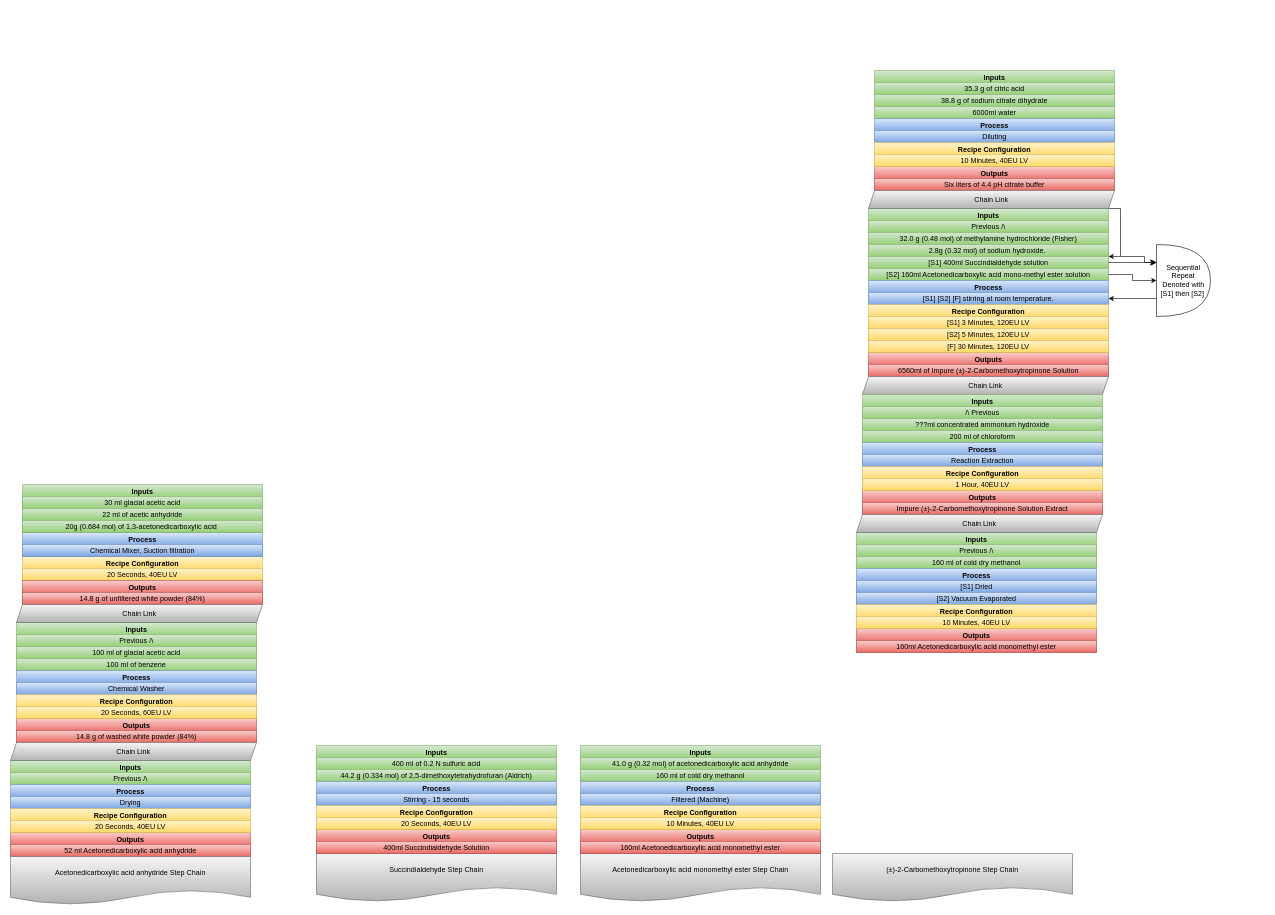
Above: Cocaine.drawio in Nrmot/flowcharts (draw.io), before the change. Source tidied: cells renumbered, new cells numbered last; positions are measured from the earlier drawing's top-left corner, leaving out a move shared by most shapes. Both pictures are drawn from the tidied source at 60%, with x=0, y=0 at pixel (10, 70).
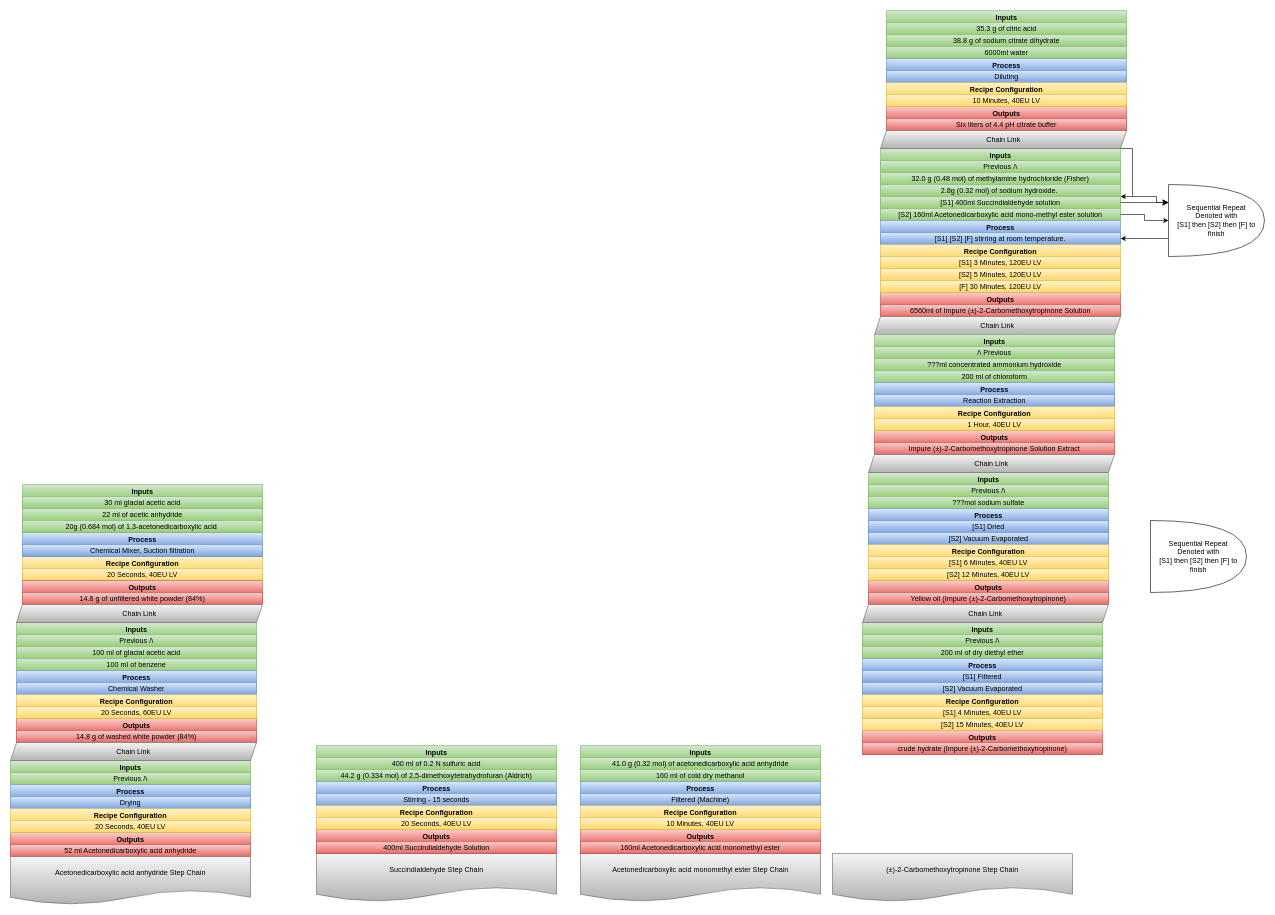
The same diagram, later.

Diff of the diagram source:
```diff
@@
     <mxCell id="64" value="Outputs" style="swimlane;whiteSpace=wrap;html=1;fillColor=#f8cecc;strokeColor=#b85450;gradientColor=#ea6b66;" parent="1" vertex="1">
-      <mxGeometry x="1440" y="160" width="400" height="40" as="geometry" />
+      <mxGeometry x="1460" y="60" width="400" height="40" as="geometry" />
     </mxCell>
@@
     <mxCell id="67" value="Inputs" style="swimlane;whiteSpace=wrap;html=1;fillColor=#d5e8d4;strokeColor=#82b366;gradientColor=#97d077;" parent="1" vertex="1">
-      <mxGeometry x="1440" width="400" height="80" as="geometry" />
+      <mxGeometry x="1460" y="-100" width="400" height="80" as="geometry" />
     </mxCell>
@@
     <mxCell id="72" value="Process" style="swimlane;whiteSpace=wrap;html=1;fillColor=#dae8fc;strokeColor=#6c8ebf;gradientColor=#7ea6e0;" parent="1" vertex="1">
-      <mxGeometry x="1440" y="80" width="400" height="40" as="geometry" />
+      <mxGeometry x="1460" y="-20" width="400" height="40" as="geometry" />
     </mxCell>
@@
     <mxCell id="74" value="Recipe Configuration" style="swimlane;whiteSpace=wrap;html=1;fillColor=#fff2cc;strokeColor=#d6b656;gradientColor=#ffd966;" parent="1" vertex="1">
-      <mxGeometry x="1440" y="120" width="400" height="40" as="geometry" />
+      <mxGeometry x="1460" y="20" width="400" height="40" as="geometry" />
     </mxCell>
@@
     <mxCell id="76" value="Outputs" style="swimlane;whiteSpace=wrap;html=1;fillColor=#f8cecc;strokeColor=#b85450;gradientColor=#ea6b66;" parent="1" vertex="1">
-      <mxGeometry x="1430" y="470" width="400" height="40" as="geometry" />
+      <mxGeometry x="1450" y="370" width="400" height="40" as="geometry" />
     </mxCell>
@@
     <mxCell id="79" value="Inputs" style="swimlane;whiteSpace=wrap;html=1;fillColor=#d5e8d4;strokeColor=#82b366;gradientColor=#97d077;" parent="1" vertex="1">
-      <mxGeometry x="1430" y="230" width="400" height="120" as="geometry" />
+      <mxGeometry x="1450" y="130" width="400" height="120" as="geometry" />
     </mxCell>
@@
     <mxCell id="87" value="Process" style="swimlane;whiteSpace=wrap;html=1;fillColor=#dae8fc;strokeColor=#6c8ebf;gradientColor=#7ea6e0;" parent="1" vertex="1">
-      <mxGeometry x="1430" y="350" width="400" height="40" as="geometry" />
+      <mxGeometry x="1450" y="250" width="400" height="40" as="geometry" />
     </mxCell>
@@
     <mxCell id="89" value="Recipe Configuration" style="swimlane;whiteSpace=wrap;html=1;fillColor=#fff2cc;strokeColor=#d6b656;gradientColor=#ffd966;" parent="1" vertex="1">
-      <mxGeometry x="1430" y="390" width="400" height="80" as="geometry" />
+      <mxGeometry x="1450" y="290" width="400" height="80" as="geometry" />
     </mxCell>
@@
     <mxCell id="93" value="Chain Link" style="shape=parallelogram;perimeter=parallelogramPerimeter;whiteSpace=wrap;html=1;fixedSize=1;fillColor=#f5f5f5;gradientColor=#b3b3b3;strokeColor=#666666;size=10;" parent="1" vertex="1">
-      <mxGeometry x="1430" y="200" width="410" height="30" as="geometry" />
+      <mxGeometry x="1450" y="100" width="410" height="30" as="geometry" />
     </mxCell>
@@
-    <mxCell id="95" value="Sequential Repeat&lt;br&gt;Denoted with&lt;br&gt;[S1] then [S2]&amp;nbsp;" style="shape=or;whiteSpace=wrap;html=1;" parent="1" vertex="1">
-      <mxGeometry x="1910" y="290" width="90" height="120" as="geometry" />
+    <mxCell id="95" value="Sequential Repeat&lt;br&gt;Denoted with&lt;br&gt;[S1] then [S2]&amp;nbsp;then [F] to finish" style="shape=or;whiteSpace=wrap;html=1;" parent="1" vertex="1">
+      <mxGeometry x="1930" y="190" width="160" height="120" as="geometry" />
     </mxCell>
@@
     <mxCell id="98" style="edgeStyle=segmentEdgeStyle;endArrow=classic;html=1;curved=0;rounded=0;endSize=8;startSize=8;entryX=0;entryY=0.25;entryDx=0;entryDy=0;entryPerimeter=0;" parent="1" edge="1" target="95">
       <mxGeometry relative="1" as="geometry">
-        <mxPoint x="1850" y="310" as="sourcePoint" />
+        <mxPoint x="1870" y="210" as="sourcePoint" />
         <Array as="points">
-          <mxPoint x="1890" y="310" />
-          <mxPoint x="1890" y="320" />
+          <mxPoint x="1910" y="210" />
+          <mxPoint x="1910" y="220" />
         </Array>
       </mxGeometry>
     </mxCell>
     <mxCell id="99" value="Chain Link" style="shape=parallelogram;perimeter=parallelogramPerimeter;whiteSpace=wrap;html=1;fixedSize=1;fillColor=#f5f5f5;gradientColor=#b3b3b3;strokeColor=#666666;size=10;" parent="1" vertex="1">
-      <mxGeometry x="1420" y="510" width="410" height="30" as="geometry" />
+      <mxGeometry x="1440" y="410" width="410" height="30" as="geometry" />
     </mxCell>
     <mxCell id="100" value="Outputs" style="swimlane;whiteSpace=wrap;html=1;fillColor=#f8cecc;strokeColor=#b85450;gradientColor=#ea6b66;" parent="1" vertex="1">
-      <mxGeometry x="1420" y="700" width="400" height="40" as="geometry" />
+      <mxGeometry x="1440" y="600" width="400" height="40" as="geometry" />
     </mxCell>
@@
     <mxCell id="103" value="Inputs" style="swimlane;whiteSpace=wrap;html=1;fillColor=#d5e8d4;strokeColor=#82b366;gradientColor=#97d077;" parent="1" vertex="1">
-      <mxGeometry x="1420" y="540" width="400" height="80" as="geometry" />
+      <mxGeometry x="1440" y="440" width="400" height="80" as="geometry" />
     </mxCell>
@@
     <mxCell id="108" value="Process" style="swimlane;whiteSpace=wrap;html=1;fillColor=#dae8fc;strokeColor=#6c8ebf;gradientColor=#7ea6e0;" parent="1" vertex="1">
-      <mxGeometry x="1420" y="620" width="400" height="40" as="geometry" />
+      <mxGeometry x="1440" y="520" width="400" height="40" as="geometry" />
     </mxCell>
@@
     <mxCell id="110" value="Recipe Configuration" style="swimlane;whiteSpace=wrap;html=1;fillColor=#fff2cc;strokeColor=#d6b656;gradientColor=#ffd966;" parent="1" vertex="1">
-      <mxGeometry x="1420" y="660" width="400" height="40" as="geometry" />
+      <mxGeometry x="1440" y="560" width="400" height="40" as="geometry" />
     </mxCell>
@@
     <mxCell id="112" value="Outputs" style="swimlane;whiteSpace=wrap;html=1;fillColor=#f8cecc;strokeColor=#b85450;gradientColor=#ea6b66;" parent="1" vertex="1">
-      <mxGeometry x="1410" y="930" width="400" height="40" as="geometry" />
+      <mxGeometry x="1430" y="850" width="400" height="40" as="geometry" />
     </mxCell>
@@
-    <mxCell id="114" value="160ml Acetonedicarboxylic acid monomethyl ester" style="rounded=0;whiteSpace=wrap;html=1;fillColor=#f8cecc;strokeColor=#b85450;gradientColor=#ea6b66;" parent="112" vertex="1">
+    <mxCell id="114" value="Yellow oil (Impure (±)-2-Carbomethoxytropinone)" style="rounded=0;whiteSpace=wrap;html=1;fillColor=#f8cecc;strokeColor=#b85450;gradientColor=#ea6b66;" parent="112" vertex="1">
       <mxGeometry y="20" width="400" height="20" as="geometry" />
     </mxCell>
     <mxCell id="115" value="Inputs" style="swimlane;whiteSpace=wrap;html=1;fillColor=#d5e8d4;strokeColor=#82b366;gradientColor=#97d077;" parent="1" vertex="1">
-      <mxGeometry x="1410" y="770" width="400" height="60" as="geometry" />
+      <mxGeometry x="1430" y="670" width="400" height="60" as="geometry" />
     </mxCell>
@@
-    <mxCell id="118" value="160 ml of cold dry methanol" style="rounded=0;whiteSpace=wrap;html=1;fillColor=#d5e8d4;strokeColor=#82b366;gradientColor=#97d077;" parent="115" vertex="1">
+    <mxCell id="118" value="???mol sodium sulfate" style="rounded=0;whiteSpace=wrap;html=1;fillColor=#d5e8d4;strokeColor=#82b366;gradientColor=#97d077;" parent="115" vertex="1">
       <mxGeometry y="40" width="400" height="20" as="geometry" />
     </mxCell>
     <mxCell id="119" value="Process" style="swimlane;whiteSpace=wrap;html=1;fillColor=#dae8fc;strokeColor=#6c8ebf;gradientColor=#7ea6e0;" parent="1" vertex="1">
-      <mxGeometry x="1410" y="830" width="400" height="60" as="geometry" />
+      <mxGeometry x="1430" y="730" width="400" height="60" as="geometry" />
     </mxCell>
@@
     <mxCell id="122" value="Recipe Configuration" style="swimlane;whiteSpace=wrap;html=1;fillColor=#fff2cc;strokeColor=#d6b656;gradientColor=#ffd966;" parent="1" vertex="1">
-      <mxGeometry x="1410" y="890" width="400" height="40" as="geometry" />
+      <mxGeometry x="1430" y="790" width="400" height="40" as="geometry" />
     </mxCell>
-    <mxCell id="123" value="10 Minutes, 40EU LV" style="rounded=0;whiteSpace=wrap;html=1;fillColor=#fff2cc;strokeColor=#d6b656;gradientColor=#ffd966;" parent="122" vertex="1">
+    <mxCell id="123" value="[S1] 6 Minutes, 40EU LV" style="rounded=0;whiteSpace=wrap;html=1;fillColor=#fff2cc;strokeColor=#d6b656;gradientColor=#ffd966;" parent="122" vertex="1">
       <mxGeometry y="20" width="400" height="20" as="geometry" />
     </mxCell>
     <mxCell id="124" value="Chain Link" style="shape=parallelogram;perimeter=parallelogramPerimeter;whiteSpace=wrap;html=1;fixedSize=1;fillColor=#f5f5f5;gradientColor=#b3b3b3;strokeColor=#666666;size=10;" parent="1" vertex="1">
-      <mxGeometry x="1410" y="740" width="410" height="30" as="geometry" />
+      <mxGeometry x="1430" y="640" width="410" height="30" as="geometry" />
     </mxCell>
+    <mxCell id="125" value="[S2] 12 Minutes, 40EU LV" style="rounded=0;whiteSpace=wrap;html=1;fillColor=#fff2cc;strokeColor=#d6b656;gradientColor=#ffd966;" parent="1" vertex="1">
+      <mxGeometry x="1430" y="830" width="400" height="20" as="geometry" />
+    </mxCell>
+    <mxCell id="126" value="Outputs" style="swimlane;whiteSpace=wrap;html=1;fillColor=#f8cecc;strokeColor=#b85450;gradientColor=#ea6b66;" parent="1" vertex="1">
+      <mxGeometry x="1420" y="1100" width="400" height="40" as="geometry" />
+    </mxCell>
+    <mxCell id="127" style="edgeStyle=orthogonalEdgeStyle;rounded=0;orthogonalLoop=1;jettySize=auto;html=1;exitX=0.5;exitY=1;exitDx=0;exitDy=0;fillColor=#f8cecc;strokeColor=#b85450;gradientColor=#ea6b66;" parent="126" edge="1">
+      <mxGeometry relative="1" as="geometry">
+        <mxPoint x="150" y="40" as="sourcePoint" />
+        <mxPoint x="150" y="40" as="targetPoint" />
+      </mxGeometry>
+    </mxCell>
+    <mxCell id="128" value="crude hydrate (Impure (±)-2-Carbomethoxytropinone)" style="rounded=0;whiteSpace=wrap;html=1;fillColor=#f8cecc;strokeColor=#b85450;gradientColor=#ea6b66;" parent="126" vertex="1">
+      <mxGeometry y="20" width="400" height="20" as="geometry" />
+    </mxCell>
+    <mxCell id="129" value="Inputs" style="swimlane;whiteSpace=wrap;html=1;fillColor=#d5e8d4;strokeColor=#82b366;gradientColor=#97d077;" parent="1" vertex="1">
+      <mxGeometry x="1420" y="920" width="400" height="60" as="geometry" />
+    </mxCell>
+    <mxCell id="130" value="Previous /\" style="rounded=0;whiteSpace=wrap;html=1;fillColor=#d5e8d4;strokeColor=#82b366;gradientColor=#97d077;" parent="129" vertex="1">
+      <mxGeometry y="20" width="400" height="20" as="geometry" />
+    </mxCell>
+    <mxCell id="131" style="edgeStyle=orthogonalEdgeStyle;rounded=0;orthogonalLoop=1;jettySize=auto;html=1;exitX=0.5;exitY=1;exitDx=0;exitDy=0;fillColor=#d5e8d4;strokeColor=#82b366;gradientColor=#97d077;" parent="129" edge="1" source="130" target="130">
+      <mxGeometry relative="1" as="geometry" />
+    </mxCell>
+    <mxCell id="132" value="200 ml of dry diethyl ether" style="rounded=0;whiteSpace=wrap;html=1;fillColor=#d5e8d4;strokeColor=#82b366;gradientColor=#97d077;" parent="129" vertex="1">
+      <mxGeometry y="40" width="400" height="20" as="geometry" />
+    </mxCell>
+    <mxCell id="133" value="Process" style="swimlane;whiteSpace=wrap;html=1;fillColor=#dae8fc;strokeColor=#6c8ebf;gradientColor=#7ea6e0;" parent="1" vertex="1">
+      <mxGeometry x="1420" y="980" width="400" height="60" as="geometry" />
+    </mxCell>
+    <mxCell id="134" value="[S1] Filtered" style="rounded=0;whiteSpace=wrap;html=1;fillColor=#dae8fc;strokeColor=#6c8ebf;gradientColor=#7ea6e0;" parent="133" vertex="1">
+      <mxGeometry y="20" width="400" height="20" as="geometry" />
+    </mxCell>
+    <mxCell id="135" value="[S2] Vacuum Evaporated" style="rounded=0;whiteSpace=wrap;html=1;fillColor=#dae8fc;strokeColor=#6c8ebf;gradientColor=#7ea6e0;" parent="133" vertex="1">
+      <mxGeometry y="40" width="400" height="20" as="geometry" />
+    </mxCell>
+    <mxCell id="136" value="Recipe Configuration" style="swimlane;whiteSpace=wrap;html=1;fillColor=#fff2cc;strokeColor=#d6b656;gradientColor=#ffd966;" parent="1" vertex="1">
+      <mxGeometry x="1420" y="1040" width="400" height="40" as="geometry" />
+    </mxCell>
+    <mxCell id="137" value="[S1] 4 Minutes, 40EU LV" style="rounded=0;whiteSpace=wrap;html=1;fillColor=#fff2cc;strokeColor=#d6b656;gradientColor=#ffd966;" parent="136" vertex="1">
+      <mxGeometry y="20" width="400" height="20" as="geometry" />
+    </mxCell>
+    <mxCell id="138" value="Chain Link" style="shape=parallelogram;perimeter=parallelogramPerimeter;whiteSpace=wrap;html=1;fixedSize=1;fillColor=#f5f5f5;gradientColor=#b3b3b3;strokeColor=#666666;size=10;" parent="1" vertex="1">
+      <mxGeometry x="1420" y="890" width="410" height="30" as="geometry" />
+    </mxCell>
+    <mxCell id="139" value="[S2] 15 Minutes, 40EU LV" style="rounded=0;whiteSpace=wrap;html=1;fillColor=#fff2cc;strokeColor=#d6b656;gradientColor=#ffd966;" parent="1" vertex="1">
+      <mxGeometry x="1420" y="1080" width="400" height="20" as="geometry" />
+    </mxCell>
+    <mxCell id="140" value="Sequential Repeat&lt;br&gt;Denoted with&lt;br&gt;[S1] then [S2]&amp;nbsp;then [F] to finish" style="shape=or;whiteSpace=wrap;html=1;" parent="1" vertex="1">
+      <mxGeometry x="1900" y="750" width="160" height="120" as="geometry" />
+    </mxCell>
```
